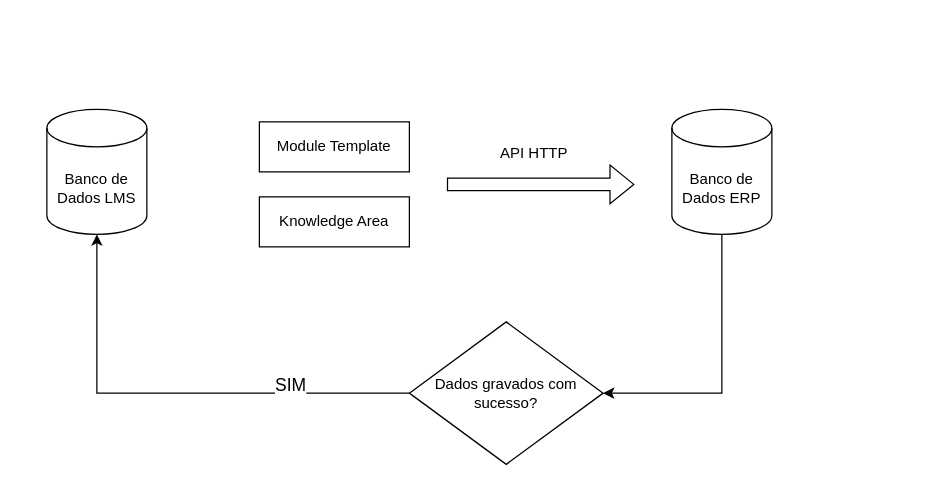
eldoncosta1/diagrams keeps this draw.io diagram as Diagrama sem nome.drawio. Above is the earlier version. Source tidied: cells renumbered, new cells numbered last; positions are measured from the earlier drawing's top-left corner, leaving out a move shared by most shapes. Both pictures are drawn from the tidied source at 125%, with x=0, y=0 at pixel (46, 109).
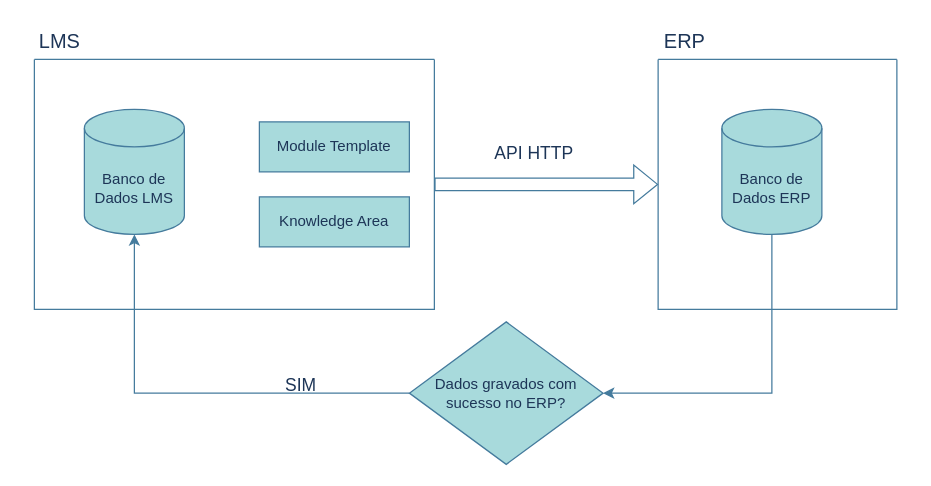
The same diagram, later.

What changed in the source:
```diff
@@
-<mxGraphModel>
+<mxGraphModel background="#ffffff">
   <root>
     <mxCell id="0" />
     <mxCell id="1" parent="0" />
-    <mxCell id="2" value="Knowledge Area" style="rounded=0;whiteSpace=wrap;html=1;" parent="1" vertex="1">
+    <mxCell id="2" value="Knowledge Area" style="rounded=0;whiteSpace=wrap;html=1;labelBackgroundColor=none;fillColor=#A8DADC;strokeColor=#457B9D;fontColor=#1D3557;" parent="1" vertex="1">
       <mxGeometry x="170" y="70" width="120" height="40" as="geometry" />
     </mxCell>
-    <mxCell id="3" value="Module Template" style="rounded=0;whiteSpace=wrap;html=1;" parent="1" vertex="1">
+    <mxCell id="3" value="Module Template" style="rounded=0;whiteSpace=wrap;html=1;labelBackgroundColor=none;fillColor=#A8DADC;strokeColor=#457B9D;fontColor=#1D3557;" parent="1" vertex="1">
       <mxGeometry x="170" y="10" width="120" height="40" as="geometry" />
     </mxCell>
-    <mxCell id="4" style="shape=flexArrow;endArrow=classic;html=1;rounded=0;" parent="1" edge="1">
-      <mxGeometry relative="1" as="geometry">
-        <mxPoint x="320" y="60" as="sourcePoint" />
-        <mxPoint x="470" y="60" as="targetPoint" />
-      </mxGeometry>
+    <mxCell id="4" style="shape=flexArrow;endArrow=classic;html=1;rounded=0;exitX=1;exitY=0.5;exitDx=0;exitDy=0;labelBackgroundColor=none;fontColor=default;strokeColor=#457B9D;" parent="1" edge="1" source="12" target="13">
+      <mxGeometry relative="1" as="geometry" />
     </mxCell>
-    <mxCell id="5" value="Banco de Dados LMS" style="shape=cylinder3;whiteSpace=wrap;html=1;boundedLbl=1;backgroundOutline=1;size=15;" parent="1" vertex="1">
-      <mxGeometry width="80" height="100" as="geometry" />
-    </mxCell>
-    <mxCell id="6" style="edgeStyle=orthogonalEdgeStyle;rounded=0;jettySize=auto;html=1;entryX=1;entryY=0.5;entryDx=0;entryDy=0;exitX=0.5;exitY=1;exitDx=0;exitDy=0;exitPerimeter=0;" parent="1" edge="1" source="7" target="11">
+    <mxCell id="6" style="edgeStyle=orthogonalEdgeStyle;rounded=0;jettySize=auto;html=1;entryX=1;entryY=0.5;entryDx=0;entryDy=0;exitX=0.5;exitY=1;exitDx=0;exitDy=0;exitPerimeter=0;labelBackgroundColor=none;fontColor=default;strokeColor=#457B9D;" parent="1" edge="1" source="7" target="11">
       <mxGeometry relative="1" as="geometry" />
     </mxCell>
-    <mxCell id="7" value="Banco de Dados ERP" style="shape=cylinder3;whiteSpace=wrap;html=1;boundedLbl=1;backgroundOutline=1;size=15;" parent="1" vertex="1">
-      <mxGeometry x="500" width="80" height="100" as="geometry" />
-    </mxCell>
-    <mxCell id="8" value="API HTTP" style="text;html=1;strokeColor=none;fillColor=none;align=center;verticalAlign=middle;whiteSpace=wrap;rounded=0;" parent="1" vertex="1">
+    <mxCell id="8" value="API HTTP" style="text;html=1;strokeColor=none;fillColor=none;align=center;verticalAlign=middle;whiteSpace=wrap;rounded=0;labelBackgroundColor=none;fontColor=#1D3557;fontSize=14;labelBorderColor=none;" parent="1" vertex="1">
       <mxGeometry x="330" y="20" width="120" height="30" as="geometry" />
     </mxCell>
-    <mxCell id="9" style="edgeStyle=orthogonalEdgeStyle;rounded=0;jettySize=auto;html=1;entryX=0.5;entryY=1;entryDx=0;entryDy=0;entryPerimeter=0;" parent="1" edge="1" source="11" target="5">
+    <mxCell id="9" style="edgeStyle=orthogonalEdgeStyle;rounded=0;jettySize=auto;html=1;entryX=0.5;entryY=1;entryDx=0;entryDy=0;entryPerimeter=0;labelBackgroundColor=none;fontColor=default;strokeColor=#457B9D;" parent="1" edge="1" source="11" target="5">
       <mxGeometry relative="1" as="geometry" />
     </mxCell>
-    <mxCell id="10" value="SIM" style="edgeLabel;html=1;align=center;verticalAlign=middle;fontSize=14;" parent="9" vertex="1">
+    <mxCell id="10" value="SIM" style="edgeLabel;html=1;align=center;verticalAlign=middle;fontSize=14;labelBackgroundColor=none;fontColor=#1D3557;" parent="9" vertex="1">
       <mxGeometry x="-0.49" y="-1" relative="1" as="geometry">
         <mxPoint y="-6" as="offset" />
       </mxGeometry>
     </mxCell>
-    <mxCell id="11" value="Dados gravados com sucesso?" style="rhombus;whiteSpace=wrap;html=1;" parent="1" vertex="1">
+    <mxCell id="11" value="Dados gravados com sucesso no ERP?" style="rhombus;whiteSpace=wrap;html=1;labelBackgroundColor=none;fillColor=#A8DADC;strokeColor=#457B9D;fontColor=#1D3557;" parent="1" vertex="1">
       <mxGeometry x="290" y="170" width="155" height="114" as="geometry" />
     </mxCell>
+    <mxCell id="12" style="swimlane;startSize=0;fontSize=16;labelBackgroundColor=none;fillColor=#A8DADC;strokeColor=#457B9D;fontColor=#1D3557;" parent="1" vertex="1">
+      <mxGeometry x="-10" y="-40" width="320" height="200" as="geometry" />
+    </mxCell>
+    <mxCell id="5" value="Banco de Dados LMS" style="shape=cylinder3;whiteSpace=wrap;html=1;boundedLbl=1;backgroundOutline=1;size=15;labelBackgroundColor=none;fillColor=#A8DADC;strokeColor=#457B9D;fontColor=#1D3557;" parent="12" vertex="1">
+      <mxGeometry x="40" y="40" width="80" height="100" as="geometry" />
+    </mxCell>
+    <mxCell id="13" style="swimlane;startSize=0;fontSize=16;labelBackgroundColor=none;fillColor=#A8DADC;strokeColor=#457B9D;fontColor=#1D3557;" parent="1" vertex="1">
+      <mxGeometry x="489" y="-40" width="191" height="200" as="geometry" />
+    </mxCell>
+    <mxCell id="7" value="Banco de Dados ERP" style="shape=cylinder3;whiteSpace=wrap;html=1;boundedLbl=1;backgroundOutline=1;size=15;labelBackgroundColor=none;fillColor=#A8DADC;strokeColor=#457B9D;fontColor=#1D3557;" parent="13" vertex="1">
+      <mxGeometry x="51" y="40" width="80" height="100" as="geometry" />
+    </mxCell>
+    <mxCell id="14" value="ERP" style="text;html=1;align=center;verticalAlign=middle;strokeColor=none;fillColor=none;fontSize=16;labelBackgroundColor=none;fontColor=#1D3557;" parent="1" vertex="1">
+      <mxGeometry x="480" y="-70" width="60" height="30" as="geometry" />
+    </mxCell>
+    <mxCell id="15" value="LMS" style="text;html=1;align=center;verticalAlign=middle;strokeColor=none;fillColor=none;fontSize=16;labelBackgroundColor=none;fontColor=#1D3557;" parent="1" vertex="1">
+      <mxGeometry x="-20" y="-70" width="60" height="30" as="geometry" />
+    </mxCell>
+    <mxCell id="16" style="edgeStyle=none;curved=1;rounded=0;orthogonalLoop=1;jettySize=auto;html=1;exitX=1;exitY=0.5;exitDx=0;exitDy=0;fontSize=12;startSize=8;endSize=8;labelBackgroundColor=none;fontColor=default;strokeColor=#457B9D;" parent="1" edge="1" source="13" target="13">
+      <mxGeometry relative="1" as="geometry" />
+    </mxCell>
+    <mxCell id="17" style="edgeStyle=none;curved=1;rounded=0;orthogonalLoop=1;jettySize=auto;html=1;exitX=0;exitY=0.5;exitDx=0;exitDy=0;fontSize=12;startSize=8;endSize=8;labelBackgroundColor=none;fontColor=default;strokeColor=#457B9D;" parent="1" edge="1" source="12" target="12">
+      <mxGeometry relative="1" as="geometry" />
+    </mxCell>
   </root>
 </mxGraphModel>
```
